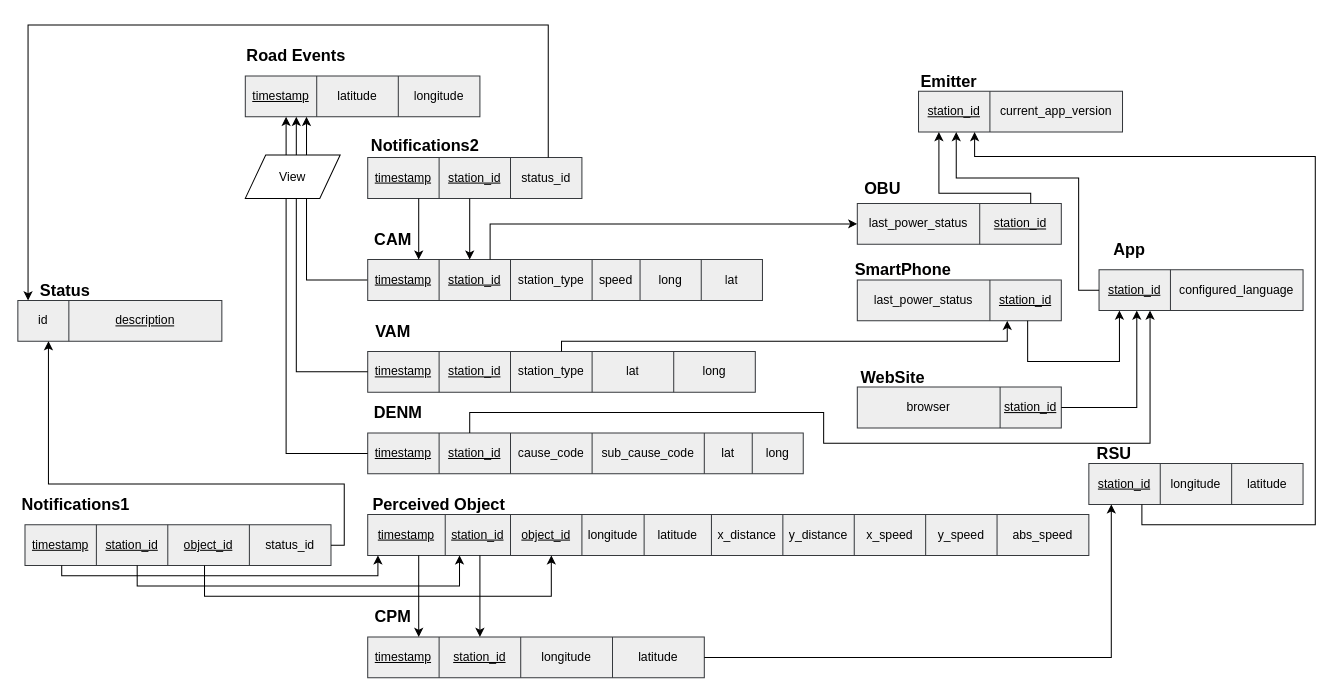
Before: project/er.drawio in Unn4m3DD/db, a draw.io diagram. Source tidied: cells renumbered, new cells numbered last; positions are measured from the earlier drawing's top-left corner, leaving out a move shared by most shapes. Both pictures are drawn from the tidied source at 102%, with x=0, y=0 at pixel (17, 24).
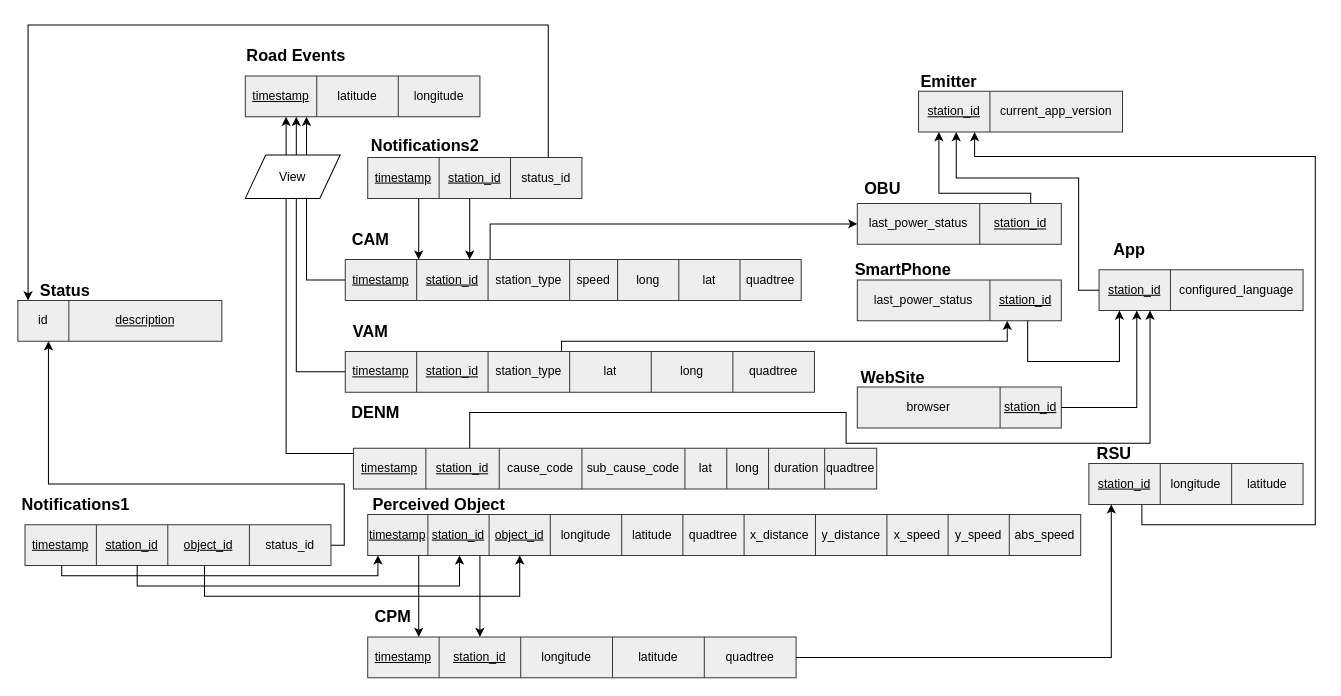
The same diagram, later.

Commit message (it also covers changes not shown here):
modified the ER and the database and added a file for the missing fields in messages

The change refers to these unchanged cells:
```xml
<mxCell id="100" style="shape=partialRectangle;html=1;whiteSpace=wrap;fillColor=none;top=0;left=0;bottom=0;right=0;points=[[0,0.5],[1,0.5]];portConstraint=eastwest;" parent="99" vertex="1">
  <mxGeometry width="300" height="40" as="geometry" />
</mxCell>
<mxCell id="121" style="shape=partialRectangle;html=1;whiteSpace=wrap;fillColor=none;top=0;left=0;bottom=0;right=0;points=[[0,0.5],[1,0.5]];portConstraint=eastwest;" parent="120" vertex="1">
  <mxGeometry width="200" height="40" as="geometry" />
</mxCell>
```

What changed in the source:
```diff
@@
     <mxCell id="9" style="shape=table;html=1;whiteSpace=wrap;startSize=0;childLayout=tableLayout;fillColor=#eeeeee;strokeColor=#36393d;" parent="1" vertex="1">
-      <mxGeometry x="343" y="230" width="387" height="40" as="geometry" />
+      <mxGeometry x="321" y="230" width="447" height="40" as="geometry" />
     </mxCell>
     <mxCell id="10" style="shape=partialRectangle;html=1;whiteSpace=wrap;fillColor=none;top=0;left=0;bottom=0;right=0;points=[[0,0.5],[1,0.5]];portConstraint=eastwest;" parent="9" vertex="1">
-      <mxGeometry width="387" height="40" as="geometry" />
+      <mxGeometry width="447" height="40" as="geometry" />
     </mxCell>
@@
+    <mxCell id="126" value="quadtree" style="shape=partialRectangle;html=1;whiteSpace=wrap;fillColor=none;top=0;left=0;bottom=0;right=0;overflow=hidden;" parent="10" vertex="1">
+      <mxGeometry x="387" width="60" height="40" as="geometry" />
+    </mxCell>
     <mxCell id="17" value="&lt;span style=&quot;font-size: 16px&quot;&gt;&lt;b&gt;CAM&lt;/b&gt;&lt;/span&gt;" style="text;html=1;strokeColor=none;fillColor=none;align=center;verticalAlign=middle;whiteSpace=wrap;rounded=0;" parent="1" vertex="1">
-      <mxGeometry x="343" y="200" width="50" height="20" as="geometry" />
+      <mxGeometry x="321" y="200" width="50" height="20" as="geometry" />
     </mxCell>
     <mxCell id="18" style="shape=table;html=1;whiteSpace=wrap;startSize=0;childLayout=tableLayout;fillColor=#eeeeee;strokeColor=#36393d;" parent="1" vertex="1">
-      <mxGeometry x="343" y="320" width="380" height="40" as="geometry" />
+      <mxGeometry x="321" y="320" width="460" height="40" as="geometry" />
     </mxCell>
     <mxCell id="19" style="shape=partialRectangle;html=1;whiteSpace=wrap;fillColor=none;top=0;left=0;bottom=0;right=0;points=[[0,0.5],[1,0.5]];portConstraint=eastwest;" parent="18" vertex="1">
-      <mxGeometry width="380" height="40" as="geometry" />
+      <mxGeometry width="460" height="40" as="geometry" />
     </mxCell>
@@
+    <mxCell id="127" value="quadtree" style="shape=partialRectangle;html=1;whiteSpace=wrap;fillColor=none;top=0;left=0;bottom=0;right=0;overflow=hidden;" parent="19" vertex="1">
+      <mxGeometry x="380" width="80" height="40" as="geometry" />
+    </mxCell>
     <mxCell id="25" value="&lt;span style=&quot;font-size: 16px&quot;&gt;&lt;b&gt;VAM&lt;/b&gt;&lt;/span&gt;" style="text;html=1;strokeColor=none;fillColor=none;align=center;verticalAlign=middle;whiteSpace=wrap;rounded=0;" parent="1" vertex="1">
-      <mxGeometry x="343" y="290" width="50" height="20" as="geometry" />
+      <mxGeometry x="321" y="290" width="50" height="20" as="geometry" />
     </mxCell>
     <mxCell id="26" style="shape=table;html=1;whiteSpace=wrap;startSize=0;childLayout=tableLayout;fillColor=#eeeeee;strokeColor=#36393d;" parent="1" vertex="1">
-      <mxGeometry x="343" y="400" width="427" height="40" as="geometry" />
+      <mxGeometry x="329" y="415" width="513" height="40" as="geometry" />
     </mxCell>
     <mxCell id="27" style="shape=partialRectangle;html=1;whiteSpace=wrap;fillColor=none;top=0;left=0;bottom=0;right=0;points=[[0,0.5],[1,0.5]];portConstraint=eastwest;" parent="26" vertex="1">
-      <mxGeometry width="427" height="40" as="geometry" />
+      <mxGeometry width="513" height="40" as="geometry" />
     </mxCell>
     <mxCell id="28" value="&lt;u&gt;timestamp&lt;/u&gt;" style="shape=partialRectangle;html=1;whiteSpace=wrap;fillColor=none;top=0;left=0;bottom=0;right=0;overflow=hidden;" parent="27" vertex="1">
-      <mxGeometry width="70" height="40" as="geometry" />
+      <mxGeometry width="71" height="40" as="geometry" />
     </mxCell>
     <mxCell id="29" value="&lt;u&gt;station_id&lt;/u&gt;" style="shape=partialRectangle;html=1;whiteSpace=wrap;fillColor=none;top=0;left=0;bottom=0;right=0;overflow=hidden;" parent="27" vertex="1">
-      <mxGeometry x="70" width="70" height="40" as="geometry" />
+      <mxGeometry x="71" width="72" height="40" as="geometry" />
     </mxCell>
     <mxCell id="30" value="cause_code" style="shape=partialRectangle;html=1;whiteSpace=wrap;fillColor=none;top=0;left=0;bottom=0;right=0;overflow=hidden;" parent="27" vertex="1">
-      <mxGeometry x="140" width="80" height="40" as="geometry" />
+      <mxGeometry x="143" width="81" height="40" as="geometry" />
     </mxCell>
     <mxCell id="31" value="sub_cause_code" style="shape=partialRectangle;html=1;whiteSpace=wrap;fillColor=none;top=0;left=0;bottom=0;right=0;overflow=hidden;" parent="27" vertex="1">
-      <mxGeometry x="220" width="110" height="40" as="geometry" />
+      <mxGeometry x="224" width="101" height="40" as="geometry" />
     </mxCell>
     <mxCell id="32" value="lat" style="shape=partialRectangle;html=1;whiteSpace=wrap;fillColor=none;top=0;left=0;bottom=0;right=0;overflow=hidden;" parent="27" vertex="1">
-      <mxGeometry x="330" width="47" height="40" as="geometry" />
+      <mxGeometry x="325" width="41" height="40" as="geometry" />
     </mxCell>
     <mxCell id="33" value="long" style="shape=partialRectangle;html=1;whiteSpace=wrap;fillColor=none;top=0;left=0;bottom=0;right=0;overflow=hidden;" parent="27" vertex="1">
-      <mxGeometry x="377" width="50" height="40" as="geometry" />
+      <mxGeometry x="366" width="41" height="40" as="geometry" />
     </mxCell>
+    <mxCell id="128" value="duration" style="shape=partialRectangle;html=1;whiteSpace=wrap;fillColor=none;top=0;left=0;bottom=0;right=0;overflow=hidden;" parent="27" vertex="1">
+      <mxGeometry x="407" width="55" height="40" as="geometry" />
+    </mxCell>
+    <mxCell id="129" value="quadtree" style="shape=partialRectangle;html=1;whiteSpace=wrap;fillColor=none;top=0;left=0;bottom=0;right=0;overflow=hidden;" parent="27" vertex="1">
+      <mxGeometry x="462" width="51" height="40" as="geometry" />
+    </mxCell>
     <mxCell id="34" value="&lt;span style=&quot;font-size: 16px&quot;&gt;&lt;b&gt;DENM&lt;/b&gt;&lt;/span&gt;" style="text;html=1;strokeColor=none;fillColor=none;align=center;verticalAlign=middle;whiteSpace=wrap;rounded=0;" parent="1" vertex="1">
-      <mxGeometry x="343" y="370" width="60" height="20" as="geometry" />
+      <mxGeometry x="321" y="370" width="60" height="20" as="geometry" />
     </mxCell>
     <mxCell id="35" style="shape=table;html=1;whiteSpace=wrap;startSize=0;childLayout=tableLayout;fillColor=#eeeeee;strokeColor=#36393d;" parent="1" vertex="1">
-      <mxGeometry x="343" y="480" width="707" height="40" as="geometry" />
+      <mxGeometry x="343" y="480" width="699" height="40" as="geometry" />
     </mxCell>
     <mxCell id="36" style="shape=partialRectangle;html=1;whiteSpace=wrap;fillColor=none;top=0;left=0;bottom=0;right=0;points=[[0,0.5],[1,0.5]];portConstraint=eastwest;" parent="35" vertex="1">
-      <mxGeometry width="707" height="40" as="geometry" />
+      <mxGeometry width="699" height="40" as="geometry" />
     </mxCell>
     <mxCell id="37" value="&lt;u&gt;timestamp&lt;/u&gt;" style="shape=partialRectangle;html=1;whiteSpace=wrap;fillColor=none;top=0;left=0;bottom=0;right=0;overflow=hidden;" parent="36" vertex="1">
-      <mxGeometry width="76" height="40" as="geometry" />
+      <mxGeometry width="59" height="40" as="geometry" />
     </mxCell>
     <mxCell id="38" value="&lt;u&gt;station_id&lt;/u&gt;" style="shape=partialRectangle;html=1;whiteSpace=wrap;fillColor=none;top=0;left=0;bottom=0;right=0;overflow=hidden;" parent="36" vertex="1">
-      <mxGeometry x="76" width="64" height="40" as="geometry" />
+      <mxGeometry x="59" width="60" height="40" as="geometry" />
     </mxCell>
     <mxCell id="39" value="&lt;u&gt;object_id&lt;/u&gt;" style="shape=partialRectangle;html=1;whiteSpace=wrap;fillColor=none;top=0;left=0;bottom=0;right=0;overflow=hidden;" parent="36" vertex="1">
-      <mxGeometry x="140" width="70" height="40" as="geometry" />
+      <mxGeometry x="119" width="60" height="40" as="geometry" />
     </mxCell>
     <mxCell id="40" value="longitude" style="shape=partialRectangle;html=1;whiteSpace=wrap;fillColor=none;top=0;left=0;bottom=0;right=0;overflow=hidden;" parent="36" vertex="1">
-      <mxGeometry x="210" width="61" height="40" as="geometry" />
+      <mxGeometry x="179" width="70" height="40" as="geometry" />
     </mxCell>
     <mxCell id="41" value="latitude" style="shape=partialRectangle;html=1;whiteSpace=wrap;fillColor=none;top=0;left=0;bottom=0;right=0;overflow=hidden;" parent="36" vertex="1">
-      <mxGeometry x="271" width="66" height="40" as="geometry" />
+      <mxGeometry x="249" width="60" height="40" as="geometry" />
     </mxCell>
+    <mxCell id="130" value="quadtree" style="shape=partialRectangle;html=1;whiteSpace=wrap;fillColor=none;top=0;left=0;bottom=0;right=0;overflow=hidden;" parent="36" vertex="1">
+      <mxGeometry x="309" width="60" height="40" as="geometry" />
+    </mxCell>
     <mxCell id="42" value="x_distance" style="shape=partialRectangle;html=1;whiteSpace=wrap;fillColor=none;top=0;left=0;bottom=0;right=0;overflow=hidden;" parent="36" vertex="1">
-      <mxGeometry x="337" width="70" height="40" as="geometry" />
+      <mxGeometry x="369" width="70" height="40" as="geometry" />
     </mxCell>
     <mxCell id="43" value="y_distance" style="shape=partialRectangle;html=1;whiteSpace=wrap;fillColor=none;top=0;left=0;bottom=0;right=0;overflow=hidden;" parent="36" vertex="1">
-      <mxGeometry x="407" width="70" height="40" as="geometry" />
+      <mxGeometry x="439" width="70" height="40" as="geometry" />
     </mxCell>
     <mxCell id="44" value="&lt;span&gt;x_speed&lt;/span&gt;" style="shape=partialRectangle;html=1;whiteSpace=wrap;fillColor=none;top=0;left=0;bottom=0;right=0;overflow=hidden;" parent="36" vertex="1">
-      <mxGeometry x="477" width="70" height="40" as="geometry" />
+      <mxGeometry x="509" width="60" height="40" as="geometry" />
     </mxCell>
     <mxCell id="45" value="&lt;span&gt;y_speed&lt;/span&gt;" style="shape=partialRectangle;html=1;whiteSpace=wrap;fillColor=none;top=0;left=0;bottom=0;right=0;overflow=hidden;" parent="36" vertex="1">
-      <mxGeometry x="547" width="70" height="40" as="geometry" />
+      <mxGeometry x="569" width="60" height="40" as="geometry" />
     </mxCell>
     <mxCell id="46" value="abs_speed" style="shape=partialRectangle;html=1;whiteSpace=wrap;fillColor=none;top=0;left=0;bottom=0;right=0;overflow=hidden;" parent="36" vertex="1">
-      <mxGeometry x="617" width="90" height="40" as="geometry" />
+      <mxGeometry x="629" width="70" height="40" as="geometry" />
     </mxCell>
@@
     <mxCell id="48" style="shape=table;html=1;whiteSpace=wrap;startSize=0;childLayout=tableLayout;fillColor=#eeeeee;strokeColor=#36393d;" parent="1" vertex="1">
-      <mxGeometry x="343" y="600" width="330" height="40" as="geometry" />
+      <mxGeometry x="343" y="600" width="420" height="40" as="geometry" />
     </mxCell>
     <mxCell id="49" style="shape=partialRectangle;html=1;whiteSpace=wrap;fillColor=none;top=0;left=0;bottom=0;right=0;points=[[0,0.5],[1,0.5]];portConstraint=eastwest;" parent="48" vertex="1">
-      <mxGeometry width="330" height="40" as="geometry" />
+      <mxGeometry width="420" height="40" as="geometry" />
     </mxCell>
@@
+    <mxCell id="131" value="quadtree" style="shape=partialRectangle;html=1;whiteSpace=wrap;fillColor=none;top=0;left=0;bottom=0;right=0;overflow=hidden;" parent="49" vertex="1">
+      <mxGeometry x="330" width="90" height="40" as="geometry" />
+    </mxCell>
@@
     <mxCell id="95" style="edgeStyle=orthogonalEdgeStyle;rounded=0;jettySize=auto;html=1;" parent="1" edge="1" source="27" target="121">
       <mxGeometry relative="1" as="geometry">
         <Array as="points">
           <mxPoint x="443" y="380" />
-          <mxPoint x="790" y="380" />
-          <mxPoint x="790" y="410" />
+          <mxPoint x="812" y="380" />
+          <mxPoint x="812" y="410" />
           <mxPoint x="1110" y="410" />
         </Array>
       </mxGeometry>
     </mxCell>
@@
     <mxCell id="110" style="edgeStyle=orthogonalEdgeStyle;rounded=0;jettySize=auto;html=1;" parent="1" edge="1" source="100" target="36">
       <mxGeometry relative="1" as="geometry">
         <Array as="points">
           <mxPoint x="183" y="560" />
-          <mxPoint x="523" y="560" />
+          <mxPoint x="492" y="560" />
         </Array>
       </mxGeometry>
     </mxCell>
```
